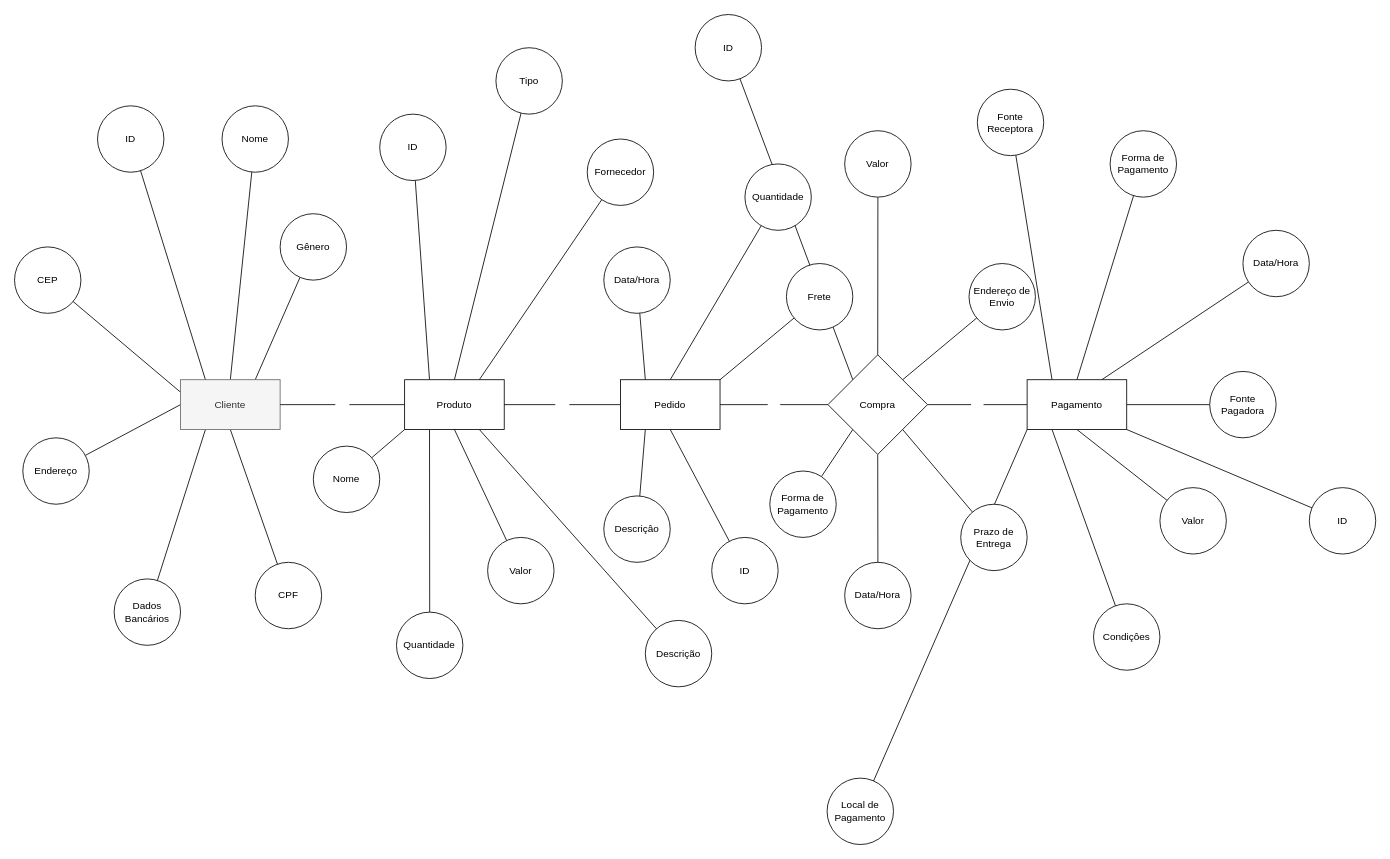
Above: page "Sistema de Gerenciamento de E-commerce" (2 of 3) of BD/exercicios_DER_2.drawio in marcel-aita/DEVNOITE (draw.io), before the change. Source tidied: cells renumbered, new cells numbered last; positions are measured from the earlier drawing's top-left corner, leaving out a move shared by most shapes. Both pictures are drawn from the tidied source at 83%, with x=0, y=0 at pixel (14, 14).
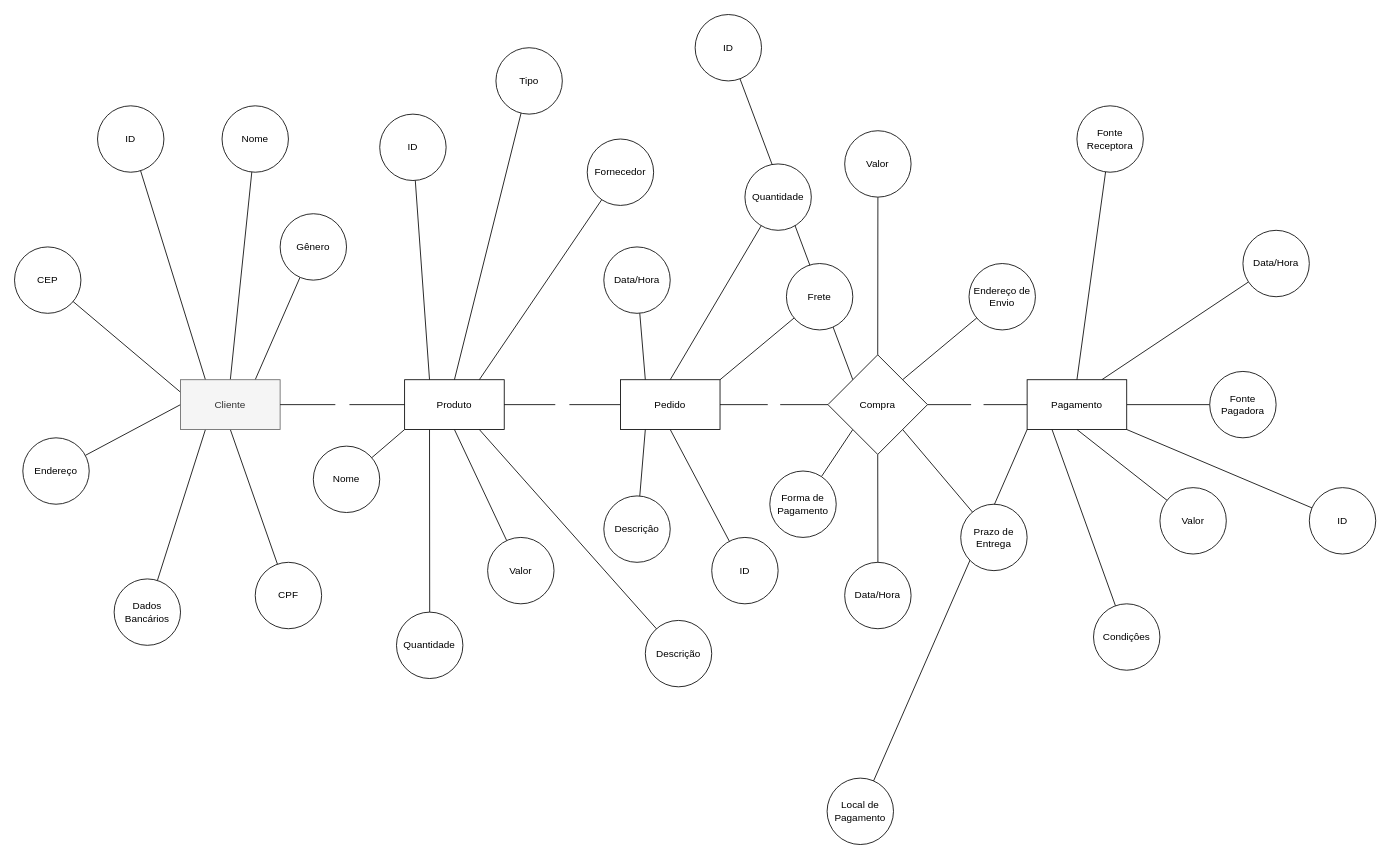
After the change.

Commit message:
Boa Noite 2

Unchanged cells that the change refers to:
```xml
<mxCell id="43" value="Pagamento" style="rounded=0;whiteSpace=wrap;html=1;fontColor=#000000;fillColor=#FFFFFF;" parent="1" vertex="1">
  <mxGeometry x="1220" y="440" width="120" height="60" as="geometry" />
</mxCell>
```

Diff of the diagram source:
```diff
@@
-    <mxCell id="37" style="edgeStyle=none;html=1;exitX=0.5;exitY=0;exitDx=0;exitDy=0;fontColor=#000000;endArrow=none;endFill=0;" parent="1" edge="1" source="43" target="71">
-      <mxGeometry relative="1" as="geometry" />
-    </mxCell>
@@
-    <mxCell id="40" style="edgeStyle=none;html=1;exitX=0.25;exitY=0;exitDx=0;exitDy=0;fontColor=#000000;endArrow=none;endFill=0;" parent="1" edge="1" source="43" target="74">
+    <mxCell id="40" style="edgeStyle=none;html=1;exitX=0.5;exitY=0;exitDx=0;exitDy=0;fontColor=#000000;endArrow=none;endFill=0;" parent="1" edge="1" source="43" target="74">
       <mxGeometry relative="1" as="geometry" />
     </mxCell>
@@
-    <mxCell id="71" value="Forma de Pagamento" style="ellipse;whiteSpace=wrap;html=1;fontColor=#000000;fillColor=#FFFFFF;" parent="1" vertex="1">
-      <mxGeometry x="1320" y="140" width="80" height="80" as="geometry" />
-    </mxCell>
@@
     <mxCell id="74" value="Fonte Receptora" style="ellipse;whiteSpace=wrap;html=1;fontColor=#000000;fillColor=#FFFFFF;" parent="1" vertex="1">
-      <mxGeometry x="1160" y="90" width="80" height="80" as="geometry" />
+      <mxGeometry x="1280" y="110" width="80" height="80" as="geometry" />
     </mxCell>
```
